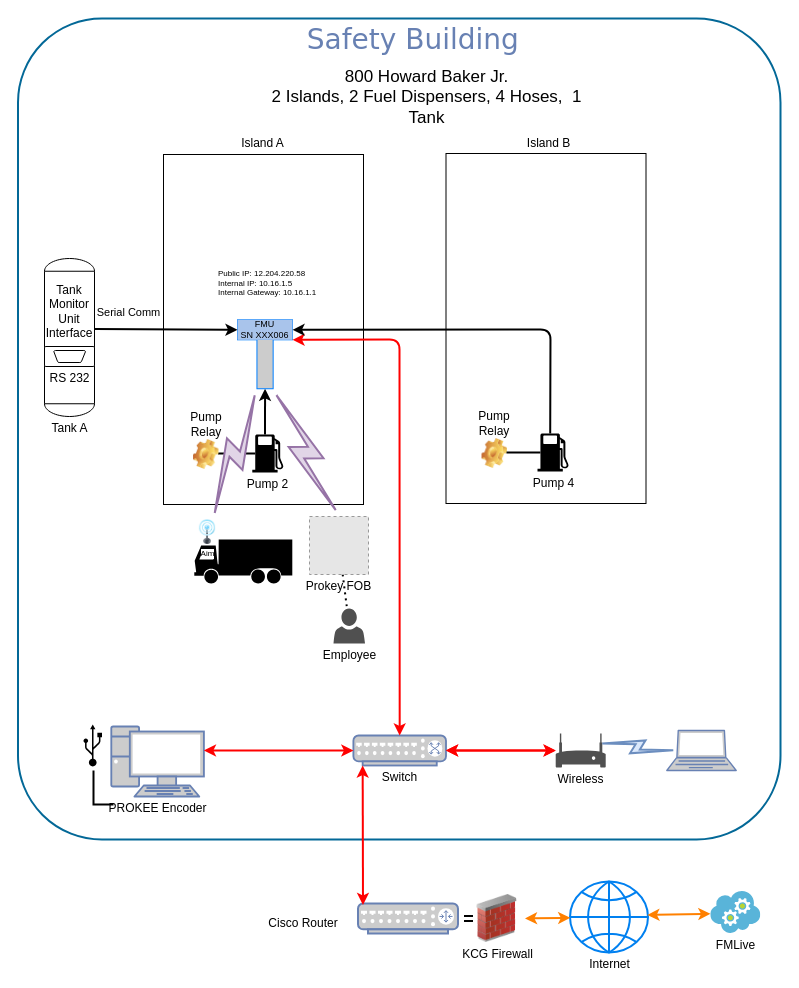
rpwaltz/FleetServices keeps this draw.io diagram as page "Page-5" (5 of 5) of Diagrams/FMLiveKCGHardwareDia.drawio. Above is the earlier version. Source tidied: cells renumbered, new cells numbered last; positions are measured from the earlier drawing's top-left corner, leaving out a move shared by most shapes. Both pictures are drawn from the tidied source at 100%, with x=0, y=0 at pixel (17, 18). Pictures stored in the file or linked from it are replaced by grey dashed boxes.
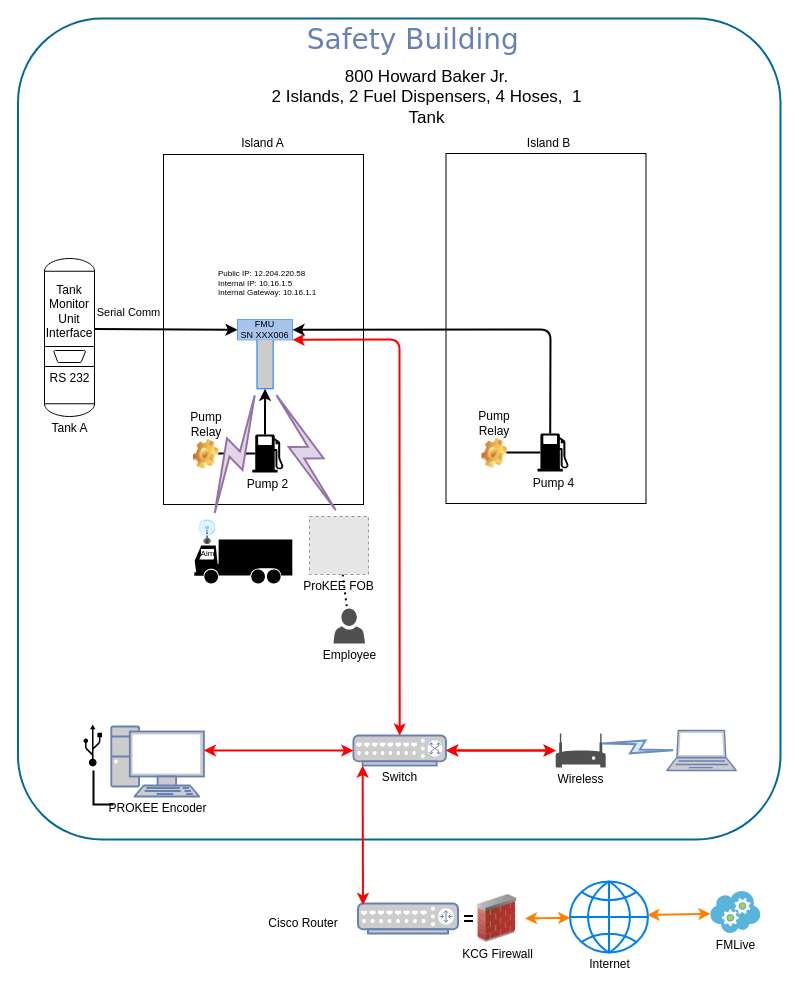
The same diagram, later.

Change to the diagram source:
```diff
@@
-    <mxCell id="40" value="Prokey FOB" style="fillColor=#E6E6E6;strokeColor=#999999;dashed=1;verticalLabelPosition=bottom;verticalAlign=top;spacing=0;" parent="1" vertex="1">
+    <mxCell id="40" value="ProKEE FOB" style="fillColor=#E6E6E6;strokeColor=#999999;dashed=1;verticalLabelPosition=bottom;verticalAlign=top;spacing=0;" parent="1" vertex="1">
       <mxGeometry x="292" y="498" width="59" height="58" as="geometry" />
     </mxCell>
```
